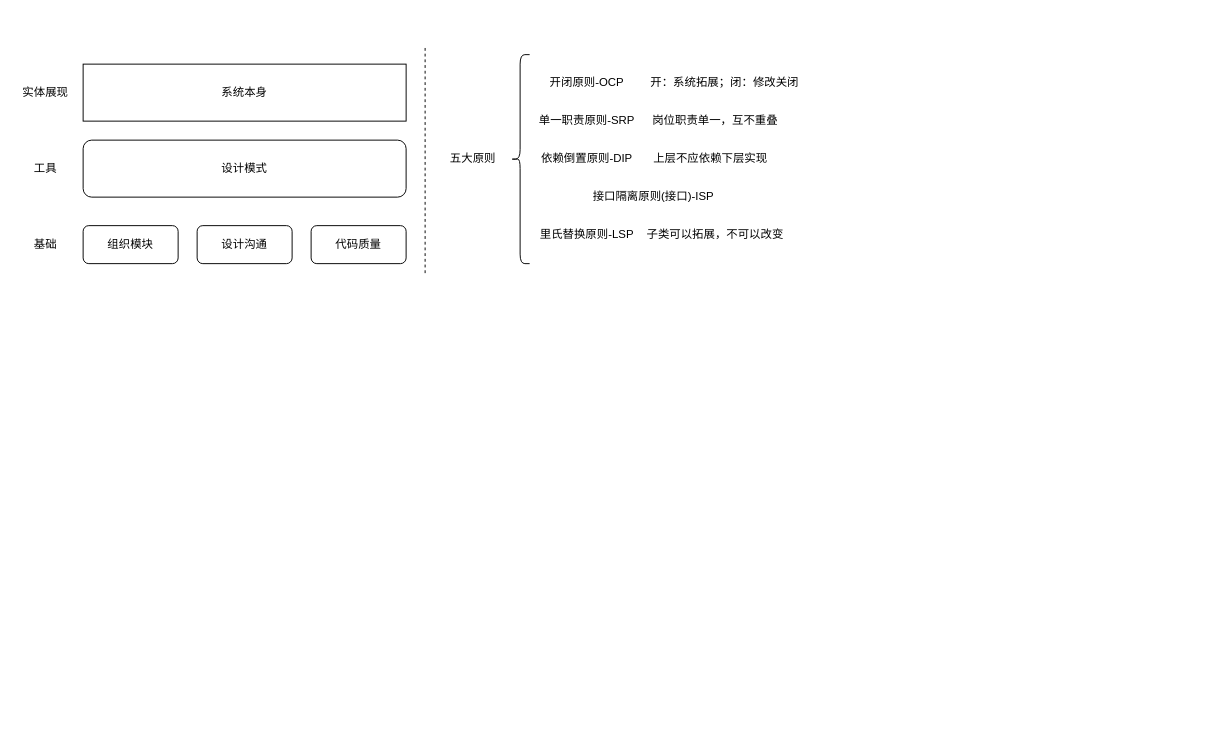
Earlier version of the draw.io diagram my/DP.drawio (bloodcv/study). Source tidied: cells renumbered, new cells numbered last; positions are measured from the earlier drawing's top-left corner, leaving out a move shared by most shapes. Both pictures are drawn from the tidied source at 95%, with x=0, y=0 at pixel (16, 45).
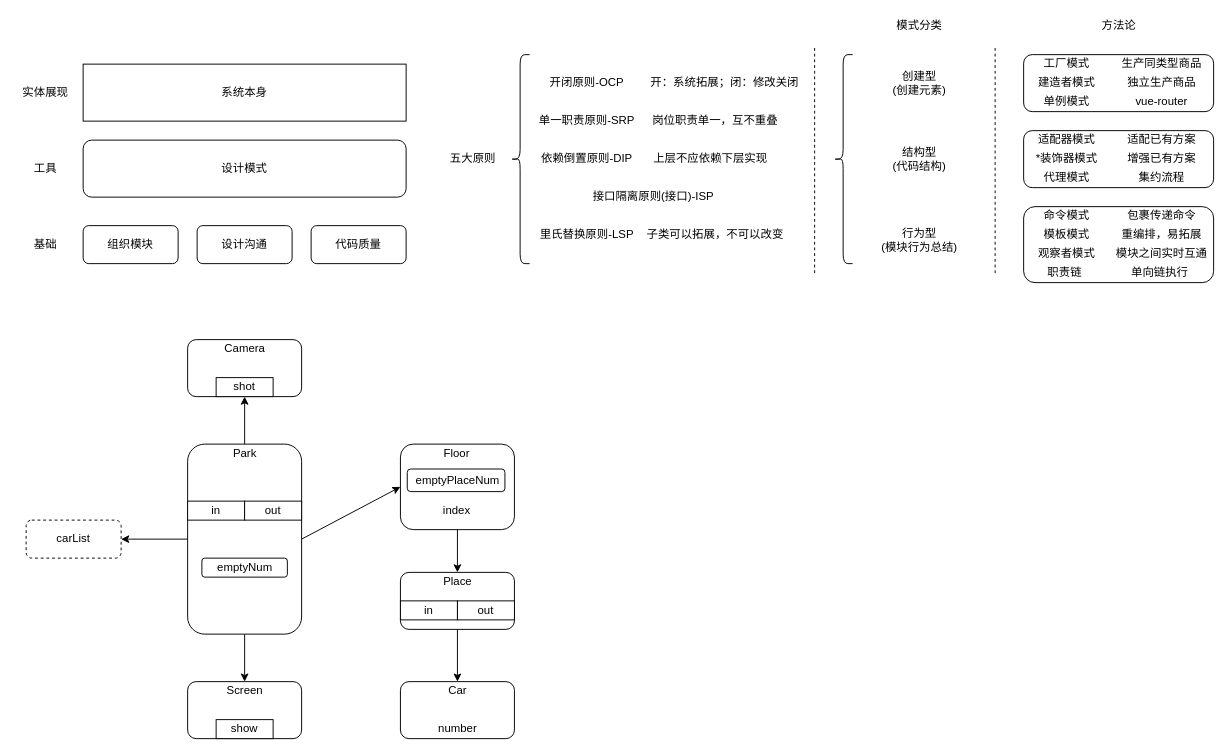
Above is the later version.

Diff of the diagram source:
```diff
@@
+    <mxCell id="23" style="rounded=1;whiteSpace=wrap;html=1;" parent="1" vertex="1">
+      <mxGeometry x="1060" y="10" width="200" height="60" as="geometry" />
+    </mxCell>
@@
     <mxCell id="10" style="endArrow=none;dashed=1;html=1;" parent="1" edge="1">
       <mxGeometry relative="1" as="geometry">
-        <mxPoint x="430" y="240" as="sourcePoint" />
-        <mxPoint x="430" as="targetPoint" />
+        <mxPoint x="840" y="240" as="sourcePoint" />
+        <mxPoint x="840" as="targetPoint" />
       </mxGeometry>
     </mxCell>
@@
+    <mxCell id="24" value="模式分类" style="text;html=1;align=center;verticalAlign=middle;strokeColor=none;fillColor=none;" parent="1" vertex="1">
+      <mxGeometry x="920" y="-30" width="60" height="20" as="geometry" />
+    </mxCell>
+    <mxCell id="25" style="shape=curlyBracket;whiteSpace=wrap;html=1;rounded=1;" parent="1" vertex="1">
+      <mxGeometry x="860" y="10" width="20" height="220" as="geometry" />
+    </mxCell>
+    <mxCell id="26" value="创建型&lt;br&gt;(创建元素)" style="text;html=1;align=center;verticalAlign=middle;strokeColor=none;fillColor=none;" parent="1" vertex="1">
+      <mxGeometry x="915" y="25" width="70" height="30" as="geometry" />
+    </mxCell>
+    <mxCell id="27" style="endArrow=none;dashed=1;html=1;" parent="1" edge="1">
+      <mxGeometry relative="1" as="geometry">
+        <mxPoint x="1030" y="240" as="sourcePoint" />
+        <mxPoint x="1030" as="targetPoint" />
+      </mxGeometry>
+    </mxCell>
+    <mxCell id="28" value="方法论" style="text;html=1;align=center;verticalAlign=middle;strokeColor=none;fillColor=none;" parent="1" vertex="1">
+      <mxGeometry x="1135" y="-30" width="50" height="20" as="geometry" />
+    </mxCell>
+    <mxCell id="29" value="工厂模式" style="text;html=1;align=center;verticalAlign=middle;strokeColor=none;fillColor=none;" parent="1" vertex="1">
+      <mxGeometry x="1075" y="10" width="60" height="20" as="geometry" />
+    </mxCell>
+    <mxCell id="30" value="生产同类型商品" style="text;html=1;align=center;verticalAlign=middle;strokeColor=none;fillColor=none;" parent="1" vertex="1">
+      <mxGeometry x="1155" y="10" width="100" height="20" as="geometry" />
+    </mxCell>
+    <mxCell id="31" value="建造者模式" style="text;html=1;align=center;verticalAlign=middle;strokeColor=none;fillColor=none;" parent="1" vertex="1">
+      <mxGeometry x="1065" y="30" width="80" height="20" as="geometry" />
+    </mxCell>
+    <mxCell id="32" value="独立生产商品" style="text;html=1;align=center;verticalAlign=middle;strokeColor=none;fillColor=none;" parent="1" vertex="1">
+      <mxGeometry x="1160" y="30" width="90" height="20" as="geometry" />
+    </mxCell>
+    <mxCell id="33" value="单例模式" style="text;html=1;align=center;verticalAlign=middle;strokeColor=none;fillColor=none;" parent="1" vertex="1">
+      <mxGeometry x="1075" y="50" width="60" height="20" as="geometry" />
+    </mxCell>
+    <mxCell id="34" value="vue-router" style="text;html=1;align=center;verticalAlign=middle;strokeColor=none;fillColor=none;" parent="1" vertex="1">
+      <mxGeometry x="1170" y="50" width="70" height="20" as="geometry" />
+    </mxCell>
+    <mxCell id="35" value="行为型&lt;br&gt;(模块行为总结)" style="text;html=1;align=center;verticalAlign=middle;strokeColor=none;fillColor=none;" parent="1" vertex="1">
+      <mxGeometry x="900" y="190" width="100" height="30" as="geometry" />
+    </mxCell>
+    <mxCell id="36" style="rounded=1;whiteSpace=wrap;html=1;" parent="1" vertex="1">
+      <mxGeometry x="1060" y="170" width="200" height="80" as="geometry" />
+    </mxCell>
+    <mxCell id="37" value="命令模式" style="text;html=1;align=center;verticalAlign=middle;strokeColor=none;fillColor=none;" parent="1" vertex="1">
+      <mxGeometry x="1075" y="170" width="60" height="20" as="geometry" />
+    </mxCell>
+    <mxCell id="38" value="包裹传递命令" style="text;html=1;align=center;verticalAlign=middle;strokeColor=none;fillColor=none;" parent="1" vertex="1">
+      <mxGeometry x="1160" y="170" width="90" height="20" as="geometry" />
+    </mxCell>
+    <mxCell id="39" value="模板模式" style="text;html=1;align=center;verticalAlign=middle;strokeColor=none;fillColor=none;" parent="1" vertex="1">
+      <mxGeometry x="1075" y="190" width="60" height="20" as="geometry" />
+    </mxCell>
+    <mxCell id="40" value="重编排，易拓展" style="text;html=1;align=center;verticalAlign=middle;strokeColor=none;fillColor=none;" parent="1" vertex="1">
+      <mxGeometry x="1155" y="190" width="100" height="20" as="geometry" />
+    </mxCell>
+    <mxCell id="41" value="观察者模式" style="text;html=1;align=center;verticalAlign=middle;strokeColor=none;fillColor=none;" parent="1" vertex="1">
+      <mxGeometry x="1065" y="210" width="80" height="20" as="geometry" />
+    </mxCell>
+    <mxCell id="42" value="模块之间实时互通" style="text;html=1;align=center;verticalAlign=middle;strokeColor=none;fillColor=none;" parent="1" vertex="1">
+      <mxGeometry x="1150" y="210" width="110" height="20" as="geometry" />
+    </mxCell>
+    <mxCell id="43" value="结构型&lt;br&gt;(代码结构)" style="text;html=1;align=center;verticalAlign=middle;strokeColor=none;fillColor=none;" parent="1" vertex="1">
+      <mxGeometry x="915" y="105" width="70" height="30" as="geometry" />
+    </mxCell>
+    <mxCell id="44" style="rounded=1;whiteSpace=wrap;html=1;" parent="1" vertex="1">
+      <mxGeometry x="1060" y="90" width="200" height="60" as="geometry" />
+    </mxCell>
+    <mxCell id="45" value="适配器模式" style="text;html=1;align=center;verticalAlign=middle;strokeColor=none;fillColor=none;" parent="1" vertex="1">
+      <mxGeometry x="1065" y="90" width="80" height="20" as="geometry" />
+    </mxCell>
+    <mxCell id="46" value="适配已有方案" style="text;html=1;align=center;verticalAlign=middle;strokeColor=none;fillColor=none;" parent="1" vertex="1">
+      <mxGeometry x="1160" y="90" width="90" height="20" as="geometry" />
+    </mxCell>
+    <mxCell id="47" value="*装饰器模式" style="text;html=1;align=center;verticalAlign=middle;strokeColor=none;fillColor=none;" parent="1" vertex="1">
+      <mxGeometry x="1065" y="110" width="80" height="20" as="geometry" />
+    </mxCell>
+    <mxCell id="48" value="增强已有方案" style="text;html=1;align=center;verticalAlign=middle;strokeColor=none;fillColor=none;" parent="1" vertex="1">
+      <mxGeometry x="1160" y="110" width="90" height="20" as="geometry" />
+    </mxCell>
+    <mxCell id="49" value="代理模式" style="text;html=1;align=center;verticalAlign=middle;strokeColor=none;fillColor=none;" parent="1" vertex="1">
+      <mxGeometry x="1075" y="130" width="60" height="20" as="geometry" />
+    </mxCell>
+    <mxCell id="50" value="集约流程" style="text;html=1;align=center;verticalAlign=middle;strokeColor=none;fillColor=none;" parent="1" vertex="1">
+      <mxGeometry x="1175" y="130" width="60" height="20" as="geometry" />
+    </mxCell>
+    <mxCell id="51" value="职责链" style="text;html=1;align=center;verticalAlign=middle;strokeColor=none;fillColor=none;" parent="1" vertex="1">
+      <mxGeometry x="1077.5" y="230" width="50" height="20" as="geometry" />
+    </mxCell>
+    <mxCell id="52" value="单向链执行" style="text;html=1;align=center;verticalAlign=middle;strokeColor=none;fillColor=none;" parent="1" vertex="1">
+      <mxGeometry x="1162.5" y="230" width="80" height="20" as="geometry" />
+    </mxCell>
+    <mxCell id="53" value="carList" style="rounded=1;whiteSpace=wrap;html=1;dashed=1;" parent="1" vertex="1">
+      <mxGeometry x="10" y="500" width="100" height="40" as="geometry" />
+    </mxCell>
+    <mxCell id="54" style="group;" parent="1" vertex="1">
+      <mxGeometry x="180" y="670" width="120" height="60" as="geometry" />
+    </mxCell>
+    <mxCell id="55" style="rounded=1;whiteSpace=wrap;html=1;" parent="54" vertex="1">
+      <mxGeometry width="120" height="60" as="geometry" />
+    </mxCell>
+    <mxCell id="56" value="Screen" style="text;html=1;align=center;verticalAlign=middle;points=[];strokeColor=none;fillColor=none;" parent="54" vertex="1">
+      <mxGeometry x="35" width="50" height="20" as="geometry" />
+    </mxCell>
+    <mxCell id="57" value="show" style="whiteSpace=wrap;html=1;" parent="54" vertex="1">
+      <mxGeometry x="30" y="40" width="60" height="20" as="geometry" />
+    </mxCell>
+    <mxCell id="58" style="edgeStyle=none;html=1;exitX=0.5;exitY=1;exitDx=0;exitDy=0;" parent="1" edge="1" source="62" target="56">
+      <mxGeometry relative="1" as="geometry" />
+    </mxCell>
+    <mxCell id="59" style="edgeStyle=none;html=1;exitX=0.5;exitY=0;exitDx=0;exitDy=0;entryX=0.5;entryY=1;entryDx=0;entryDy=0;" parent="1" edge="1" source="62" target="67">
+      <mxGeometry relative="1" as="geometry" />
+    </mxCell>
+    <mxCell id="60" style="edgeStyle=none;html=1;exitX=0;exitY=0.5;exitDx=0;exitDy=0;entryX=1;entryY=0.5;entryDx=0;entryDy=0;" parent="1" edge="1" source="62" target="53">
+      <mxGeometry relative="1" as="geometry" />
+    </mxCell>
+    <mxCell id="61" style="edgeStyle=none;html=1;exitX=1;exitY=0.5;exitDx=0;exitDy=0;entryX=0;entryY=0.5;entryDx=0;entryDy=0;" parent="1" edge="1" source="62" target="74">
+      <mxGeometry relative="1" as="geometry" />
+    </mxCell>
+    <mxCell id="62" style="rounded=1;whiteSpace=wrap;html=1;" parent="1" vertex="1">
+      <mxGeometry x="180" y="420" width="120" height="200" as="geometry" />
+    </mxCell>
+    <mxCell id="63" value="Park" style="text;html=1;align=center;verticalAlign=middle;strokeColor=none;fillColor=none;" parent="1" vertex="1">
+      <mxGeometry x="220" y="420" width="40" height="20" as="geometry" />
+    </mxCell>
+    <mxCell id="64" style="group;" parent="1" vertex="1">
+      <mxGeometry x="180" y="310" width="120" height="60" as="geometry" />
+    </mxCell>
+    <mxCell id="65" style="rounded=1;whiteSpace=wrap;html=1;" parent="64" vertex="1">
+      <mxGeometry width="120" height="60" as="geometry" />
+    </mxCell>
+    <mxCell id="66" value="Camera" style="text;html=1;align=center;verticalAlign=middle;strokeColor=none;fillColor=none;" parent="64" vertex="1">
+      <mxGeometry x="30" width="60" height="20" as="geometry" />
+    </mxCell>
+    <mxCell id="67" value="shot" style="whiteSpace=wrap;html=1;" parent="64" vertex="1">
+      <mxGeometry x="30" y="40" width="60" height="20" as="geometry" />
+    </mxCell>
+    <mxCell id="68" style="group;" parent="1" vertex="1">
+      <mxGeometry x="404" y="555" width="120" height="90" as="geometry" />
+    </mxCell>
+    <mxCell id="69" style="rounded=1;whiteSpace=wrap;html=1;" parent="68" vertex="1">
+      <mxGeometry width="120" height="60" as="geometry" />
+    </mxCell>
+    <mxCell id="70" value="Place" style="text;html=1;align=center;verticalAlign=middle;points=[];strokeColor=none;fillColor=none;" parent="68" vertex="1">
+      <mxGeometry x="35" width="50" height="20" as="geometry" />
+    </mxCell>
+    <mxCell id="71" value="in" style="whiteSpace=wrap;html=1;" parent="68" vertex="1">
+      <mxGeometry y="30" width="60" height="20" as="geometry" />
+    </mxCell>
+    <mxCell id="72" value="out" style="whiteSpace=wrap;html=1;" parent="68" vertex="1">
+      <mxGeometry x="60" y="30" width="60" height="20" as="geometry" />
+    </mxCell>
+    <mxCell id="73" style="group;" parent="1" vertex="1">
+      <mxGeometry x="404" y="420" width="120" height="90" as="geometry" />
+    </mxCell>
+    <mxCell id="74" style="rounded=1;whiteSpace=wrap;html=1;" parent="73" vertex="1">
+      <mxGeometry width="120" height="90" as="geometry" />
+    </mxCell>
+    <mxCell id="75" value="Floor" style="text;html=1;align=center;verticalAlign=middle;strokeColor=none;fillColor=none;" parent="73" vertex="1">
+      <mxGeometry x="38.7" width="40" height="20" as="geometry" />
+    </mxCell>
+    <mxCell id="76" value="index" style="text;html=1;align=center;verticalAlign=middle;strokeColor=none;fillColor=none;" parent="73" vertex="1">
+      <mxGeometry x="38.7" y="60" width="40" height="20" as="geometry" />
+    </mxCell>
+    <mxCell id="77" style="group;" parent="73" vertex="1">
+      <mxGeometry x="7.2" y="26.2" width="102.8" height="23.8" as="geometry" />
+    </mxCell>
+    <mxCell id="78" style="rounded=1;whiteSpace=wrap;html=1;" parent="77" vertex="1">
+      <mxGeometry width="102.8" height="23.8" as="geometry" />
+    </mxCell>
+    <mxCell id="79" value="emptyPlaceNum" style="text;html=1;align=center;verticalAlign=middle;strokeColor=none;fillColor=none;" parent="77" vertex="1">
+      <mxGeometry x="2.4" y="2.4" width="100" height="20" as="geometry" />
+    </mxCell>
+    <mxCell id="80" style="group;" parent="1" vertex="1">
+      <mxGeometry x="404" y="670" width="120" height="60" as="geometry" />
+    </mxCell>
+    <mxCell id="81" style="rounded=1;whiteSpace=wrap;html=1;" parent="80" vertex="1">
+      <mxGeometry width="120" height="60" as="geometry" />
+    </mxCell>
+    <mxCell id="82" value="Car" style="text;html=1;align=center;verticalAlign=middle;strokeColor=none;fillColor=none;" parent="80" vertex="1">
+      <mxGeometry x="45" width="30" height="20" as="geometry" />
+    </mxCell>
+    <mxCell id="83" value="number" style="text;html=1;align=center;verticalAlign=middle;strokeColor=none;fillColor=none;" parent="80" vertex="1">
+      <mxGeometry x="30" y="40" width="60" height="20" as="geometry" />
+    </mxCell>
+    <mxCell id="84" value="in" style="whiteSpace=wrap;html=1;" parent="1" vertex="1">
+      <mxGeometry x="180" y="480" width="60" height="20" as="geometry" />
+    </mxCell>
+    <mxCell id="85" value="out" style="whiteSpace=wrap;html=1;" parent="1" vertex="1">
+      <mxGeometry x="240" y="480" width="60" height="20" as="geometry" />
+    </mxCell>
+    <mxCell id="86" style="edgeStyle=none;html=1;exitX=0.5;exitY=1;exitDx=0;exitDy=0;" parent="1" edge="1" source="74" target="70">
+      <mxGeometry relative="1" as="geometry" />
+    </mxCell>
+    <mxCell id="87" style="edgeStyle=none;html=1;exitX=0.5;exitY=1;exitDx=0;exitDy=0;" parent="1" edge="1" source="69">
+      <mxGeometry relative="1" as="geometry">
+        <mxPoint x="464" y="670" as="targetPoint" />
+      </mxGeometry>
+    </mxCell>
+    <mxCell id="88" style="group;" parent="1" vertex="1">
+      <mxGeometry x="195" y="540" width="90" height="20" as="geometry" />
+    </mxCell>
+    <mxCell id="89" style="rounded=1;whiteSpace=wrap;html=1;" parent="88" vertex="1">
+      <mxGeometry width="90" height="20" as="geometry" />
+    </mxCell>
+    <mxCell id="90" value="emptyNum" style="text;html=1;align=center;verticalAlign=middle;strokeColor=none;fillColor=none;" parent="88" vertex="1">
+      <mxGeometry x="10" width="70" height="20" as="geometry" />
+    </mxCell>
```
